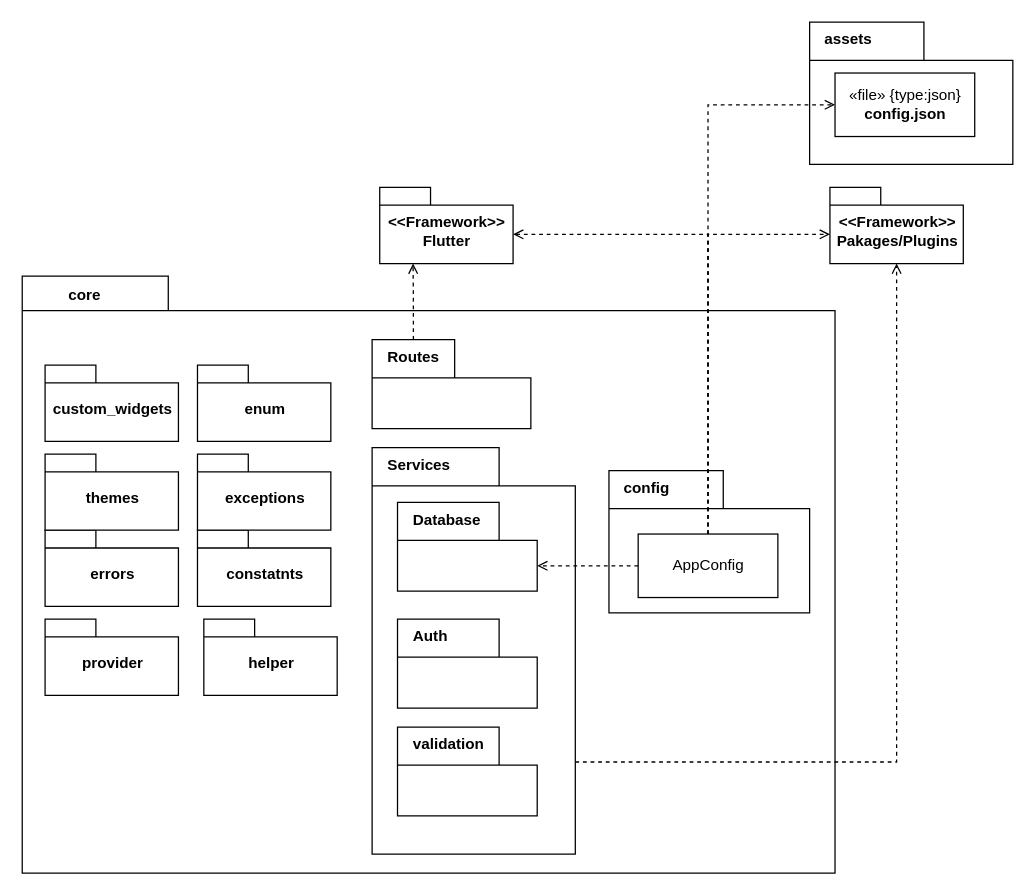
The draw.io diagram page "core_package" (5 of 5) of Diagrams/diagram.drawio in khaledfathi/Flutter_task_12, before the edit. Source tidied: cells renumbered, new cells numbered last; positions are measured from the earlier drawing's top-left corner, leaving out a move shared by most shapes. Both pictures are drawn from the tidied source at 127%, with x=0, y=0 at pixel (22, 22).
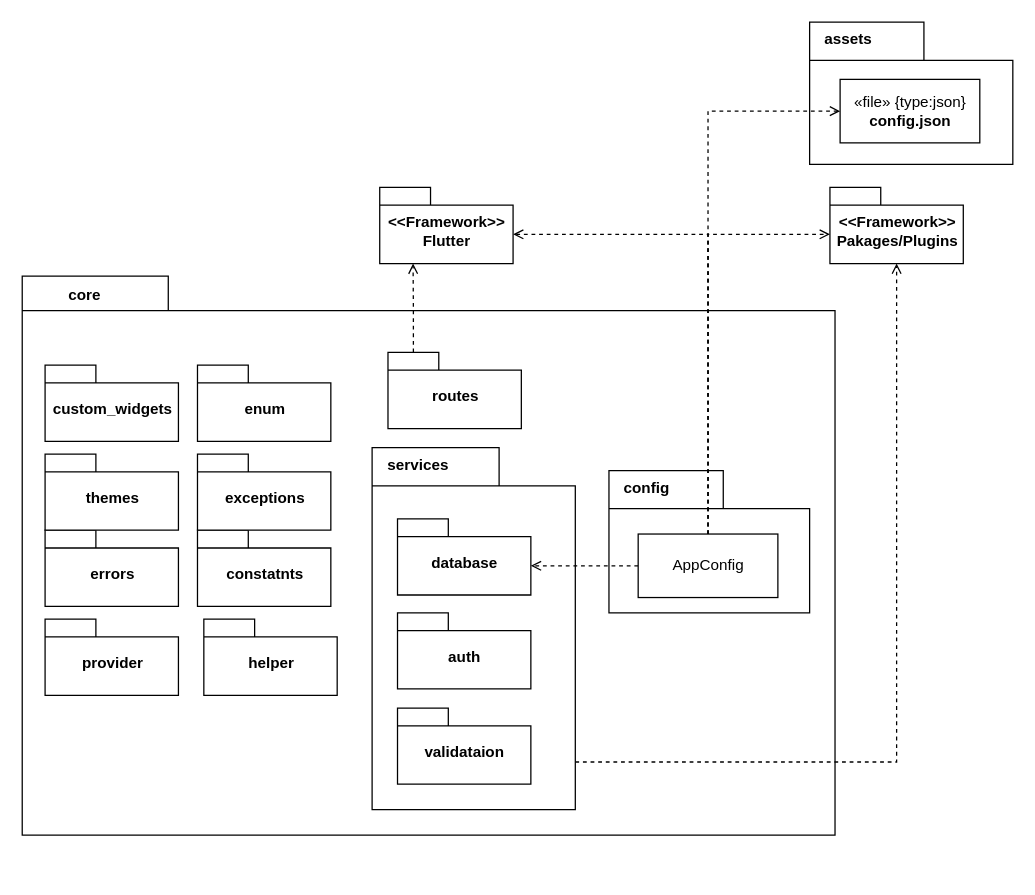
The same page after the edit.

The change refers to these unchanged cells:
```xml
<mxCell id="11" value="AppConfig" style="html=1;fillColor=#FFFFFF;" parent="1" vertex="1">
  <mxGeometry x="485" y="403" width="110" height="50" as="geometry" />
</mxCell>
<mxCell id="17" value="&amp;lt;&amp;lt;Framework&amp;gt;&amp;gt;&lt;br&gt;Flutter" style="shape=folder;fontStyle=1;spacingTop=10;tabWidth=40;tabHeight=14;tabPosition=left;html=1;fillColor=#FFFFFF;" parent="1" vertex="1">
  <mxGeometry x="281.5" y="130" width="105" height="60" as="geometry" />
</mxCell>
```

Diff of the diagram source:
```diff
@@
     <mxCell id="3" value="&lt;span style=&quot;white-space: pre;&quot;&gt;&#9;&lt;/span&gt;core" style="shape=folder;fontStyle=1;spacingTop=3;tabWidth=115;tabHeight=27;tabPosition=left;html=1;fillColor=#FFFFFF;align=left;verticalAlign=top;spacing=0;spacingLeft=10;" parent="1" vertex="1">
-      <mxGeometry y="200" width="640" height="470" as="geometry" />
+      <mxGeometry y="200" width="640" height="440" as="geometry" />
     </mxCell>
@@
-    <mxCell id="5" value="Services" style="shape=folder;fontStyle=1;spacingTop=0;tabWidth=100;tabHeight=30;tabPosition=left;html=1;fillColor=#FFFFFF;noLabel=0;direction=east;labelPosition=center;verticalLabelPosition=middle;align=left;verticalAlign=top;labelPadding=0;overflow=visible;portConstraintRotation=0;snapToPoint=0;fixDash=0;horizontal=1;spacingLeft=10;" parent="1" vertex="1">
-      <mxGeometry x="275.5" y="335" width="160" height="320" as="geometry" />
+    <mxCell id="5" value="services" style="shape=folder;fontStyle=1;spacingTop=0;tabWidth=100;tabHeight=30;tabPosition=left;html=1;fillColor=#FFFFFF;noLabel=0;direction=east;labelPosition=center;verticalLabelPosition=middle;align=left;verticalAlign=top;labelPadding=0;overflow=visible;portConstraintRotation=0;snapToPoint=0;fixDash=0;horizontal=1;spacingLeft=10;" parent="1" vertex="1">
+      <mxGeometry x="275.5" y="335" width="160" height="285" as="geometry" />
     </mxCell>
@@
-    <mxCell id="10" style="edgeStyle=orthogonalEdgeStyle;rounded=0;jettySize=auto;html=1;entryX=0;entryY=0;entryDx=110;entryDy=50;entryPerimeter=0;dashed=1;endArrow=open;endFill=0;" parent="1" edge="1" source="11" target="13">
+    <mxCell id="10" style="edgeStyle=orthogonalEdgeStyle;rounded=0;jettySize=auto;html=1;entryX=0;entryY=0;entryDx=105;entryDy=37;entryPerimeter=0;dashed=1;endArrow=open;endFill=0;" parent="1" edge="1" source="11" target="29">
       <mxGeometry relative="1" as="geometry" />
     </mxCell>
@@
-    <mxCell id="12" value="validation" style="shape=folder;fontStyle=1;spacingTop=0;tabWidth=80;tabHeight=30;tabPosition=left;html=1;fillColor=#FFFFFF;noLabel=0;direction=east;labelPosition=center;verticalLabelPosition=middle;align=left;verticalAlign=top;labelPadding=0;overflow=visible;fixDash=0;horizontal=1;spacingLeft=10;" parent="1" vertex="1">
-      <mxGeometry x="295.5" y="555" width="110" height="70" as="geometry" />
-    </mxCell>
-    <mxCell id="13" value="Database" style="shape=folder;fontStyle=1;spacingTop=0;tabWidth=80;tabHeight=30;tabPosition=left;html=1;fillColor=#FFFFFF;noLabel=0;direction=east;labelPosition=center;verticalLabelPosition=middle;align=left;verticalAlign=top;labelPadding=0;overflow=visible;portConstraintRotation=0;snapToPoint=0;fixDash=0;horizontal=1;spacingLeft=10;" parent="1" vertex="1">
-      <mxGeometry x="295.5" y="378" width="110" height="70" as="geometry" />
-    </mxCell>
-    <mxCell id="14" value="Auth" style="shape=folder;fontStyle=1;spacingTop=0;tabWidth=80;tabHeight=30;tabPosition=left;html=1;fillColor=#FFFFFF;noLabel=0;direction=east;labelPosition=center;verticalLabelPosition=middle;align=left;verticalAlign=top;labelPadding=0;overflow=visible;fixDash=0;horizontal=1;spacingLeft=10;" parent="1" vertex="1">
-      <mxGeometry x="295.5" y="470" width="110" height="70" as="geometry" />
-    </mxCell>
-    <mxCell id="15" style="edgeStyle=orthogonalEdgeStyle;rounded=0;jettySize=auto;html=1;entryX=0.25;entryY=1;entryDx=0;entryDy=0;entryPerimeter=0;dashed=1;endArrow=open;endFill=0;exitX=0;exitY=0;exitDx=32.5;exitDy=0;exitPerimeter=0;" parent="1" edge="1" source="16" target="17">
+    <mxCell id="15" style="edgeStyle=orthogonalEdgeStyle;rounded=0;jettySize=auto;html=1;entryX=0.25;entryY=1;entryDx=0;entryDy=0;entryPerimeter=0;dashed=1;endArrow=open;endFill=0;exitX=0;exitY=0;exitDx=20;exitDy=0;exitPerimeter=0;" parent="1" edge="1" source="28" target="17">
       <mxGeometry relative="1" as="geometry" />
     </mxCell>
-    <mxCell id="16" value="Routes" style="shape=folder;fontStyle=1;spacingTop=0;tabWidth=65;tabHeight=30;tabPosition=left;html=1;fillColor=#FFFFFF;noLabel=0;direction=east;labelPosition=center;verticalLabelPosition=middle;align=left;verticalAlign=top;labelPadding=0;overflow=visible;portConstraintRotation=0;snapToPoint=0;fixDash=0;horizontal=1;spacingLeft=10;" parent="1" vertex="1">
-      <mxGeometry x="275.5" y="250" width="125" height="70" as="geometry" />
-    </mxCell>
@@
     <mxCell id="27" value="«file» {type:json}&lt;br&gt;&lt;b&gt;config.json&lt;/b&gt;" style="html=1;fillColor=#FFFFFF;" parent="1" vertex="1">
-      <mxGeometry x="640" y="40" width="110" height="50" as="geometry" />
+      <mxGeometry x="644" y="45" width="110" height="50" as="geometry" />
     </mxCell>
+    <mxCell id="28" value="routes" style="shape=folder;fontStyle=1;spacingTop=10;tabWidth=40;tabHeight=14;tabPosition=left;html=1;fillColor=#FFFFFF;" parent="1" vertex="1">
+      <mxGeometry x="288" y="260" width="105" height="60" as="geometry" />
+    </mxCell>
+    <mxCell id="29" value="database" style="shape=folder;fontStyle=1;spacingTop=10;tabWidth=40;tabHeight=14;tabPosition=left;html=1;fillColor=#FFFFFF;" parent="1" vertex="1">
+      <mxGeometry x="295.5" y="391" width="105" height="60" as="geometry" />
+    </mxCell>
+    <mxCell id="30" value="auth" style="shape=folder;fontStyle=1;spacingTop=10;tabWidth=40;tabHeight=14;tabPosition=left;html=1;fillColor=#FFFFFF;" parent="1" vertex="1">
+      <mxGeometry x="295.5" y="465" width="105" height="60" as="geometry" />
+    </mxCell>
+    <mxCell id="31" value="validataion" style="shape=folder;fontStyle=1;spacingTop=10;tabWidth=40;tabHeight=14;tabPosition=left;html=1;fillColor=#FFFFFF;" parent="1" vertex="1">
+      <mxGeometry x="295.5" y="540" width="105" height="60" as="geometry" />
+    </mxCell>
```
